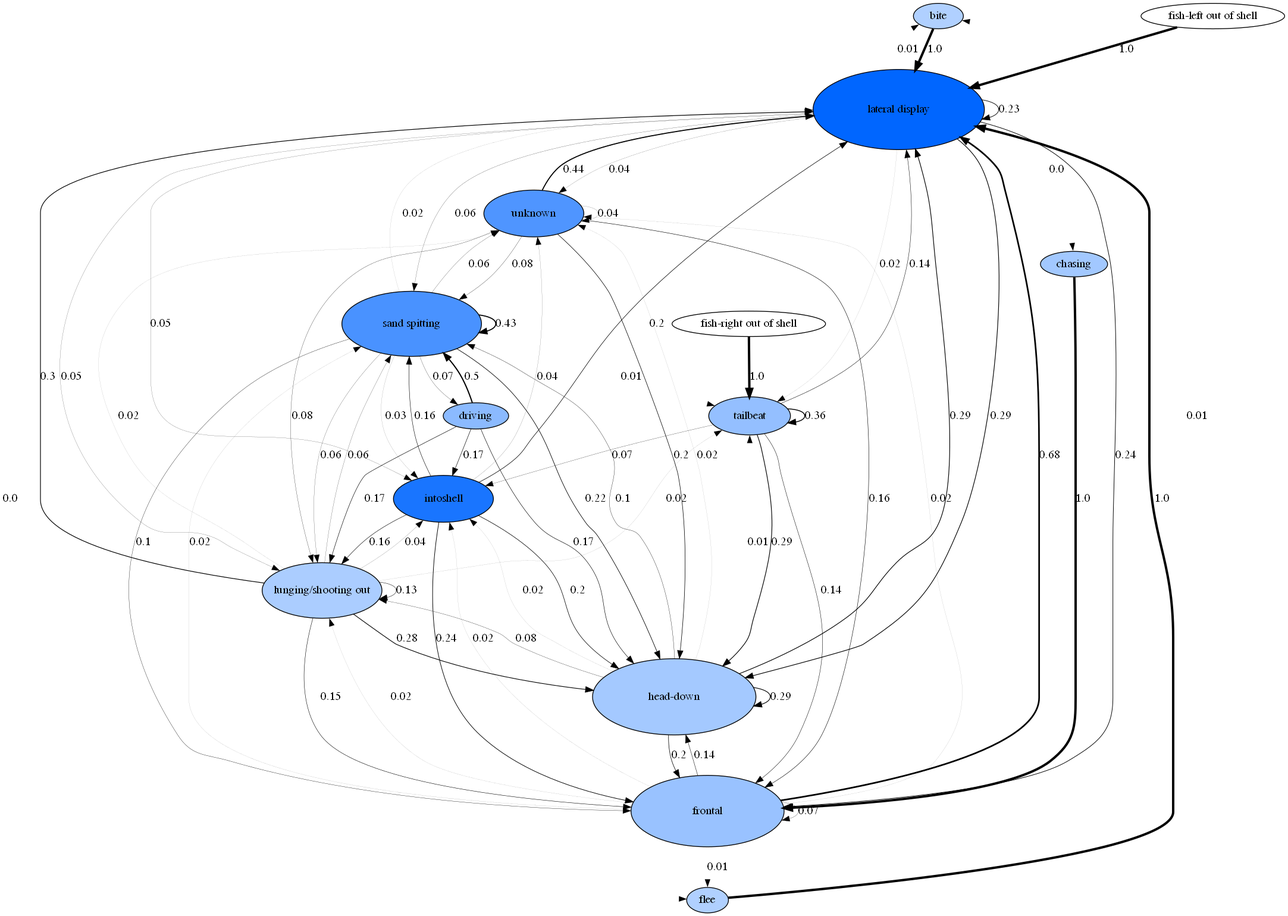
The Graphviz diagram images/transitions.gv.png in nicolkraus/AnalyzeBehavior, before a commit. Its source is kept beside it as images/transitions.gv.
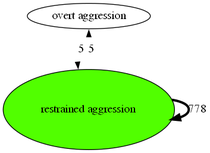
Later version of the same file.

What changed in the source:
```diff
@@ -1,87 +1,7 @@
 digraph  {
-bite [fillcolor="0.6 0.31041268515297876 1", height="0.4089769934037396", style=filled, width="0.8763792715794421"];
-"lateral display" [fillcolor="0.6 1.0 1", height="1.4", style=filled, width="3.0"];
-chasing [fillcolor="0.6 0.3641059420302496 1", height="0.0", style=filled, width="0.0"];
-frontal [fillcolor="0.6 0.40116021551138265 1", height="1.250224684719749", style=filled, width="2.6790528958280335"];
-driving [fillcolor="0.6 0.4542066574161226 1", height="0.455307032949974", style=filled, width="0.9756579277499443"];
-"head-down" [fillcolor="0.6 0.35734738450418824 1", height="1.3346640951735487", style=filled, width="2.8599944896576046"];
-intoshell [fillcolor="0.6 0.8998672923111098 1", height="0.8179539868074792", style=filled, width="1.7527585431588841"];
-"lunging/shooting out" [fillcolor="0.6 0.3305373086116528 1", height="0.9783675270371591", style=filled, width="2.0965018436510556"];
-"sand spitting" [fillcolor="0.6 0.7113984112181837 1", height="1.1377436399965202", style=filled, width="2.4380220857068293"];
-"fish-left out of shell" [fillcolor="0.6 0.0 1", height="0.0", style=filled, width="0.0"];
-"fish-right out of shell" [fillcolor="0.6 0.0 1", height="0.0", style=filled, width="0.0"];
-tailbeat [fillcolor="0.6 0.41947307861452143 1", height="0.6706153270950386", style=filled, width="1.4370328437750828"];
-flee [fillcolor="0.6 0.31088473482597584 1", height="0.17613680385032734", style=filled, width="0.37743600825070145"];
-unknown [fillcolor="0.6 0.6910878834941654 1", height="0.8179539868074792", style=filled, width="1.7527585431588841"];
-bite -> "lateral display"  [label="1.0", penwidth="3.0"];
-"lateral display" -> bite  [label="0.01", penwidth="0.03"];
-"lateral display" -> chasing  [label="0.0", penwidth="0.0"];
-"lateral display" -> flee  [label="0.0", penwidth="0.0"];
-"lateral display" -> frontal  [label="0.24", penwidth="0.72"];
-"lateral display" -> "head-down"  [label="0.29", penwidth="0.8699999999999999"];
-"lateral display" -> intoshell  [label="0.05", penwidth="0.15000000000000002"];
-"lateral display" -> "lateral display"  [label="0.23", penwidth="0.6900000000000001"];
-"lateral display" -> "lunging/shooting out"  [label="0.05", penwidth="0.15000000000000002"];
-"lateral display" -> "sand spitting"  [label="0.06", penwidth="0.18"];
-"lateral display" -> tailbeat  [label="0.02", penwidth="0.06"];
-"lateral display" -> unknown  [label="0.04", penwidth="0.12"];
-chasing -> frontal  [label="1.0", penwidth="3.0"];
-frontal -> bite  [label="0.01", penwidth="0.03"];
-frontal -> flee  [label="0.01", penwidth="0.03"];
-frontal -> frontal  [label="0.07", penwidth="0.21000000000000002"];
-frontal -> "head-down"  [label="0.14", penwidth="0.42000000000000004"];
-frontal -> intoshell  [label="0.02", penwidth="0.06"];
-frontal -> "lateral display"  [label="0.68", penwidth="2.04"];
-frontal -> "lunging/shooting out"  [label="0.02", penwidth="0.06"];
-frontal -> "sand spitting"  [label="0.02", penwidth="0.06"];
-frontal -> unknown  [label="0.02", penwidth="0.06"];
-driving -> "head-down"  [label="0.17", penwidth="0.51"];
-driving -> intoshell  [label="0.17", penwidth="0.51"];
-driving -> "lunging/shooting out"  [label="0.17", penwidth="0.51"];
-driving -> "sand spitting"  [label="0.5", penwidth="1.5"];
-"head-down" -> frontal  [label="0.2", penwidth="0.6000000000000001"];
-"head-down" -> "head-down"  [label="0.29", penwidth="0.8699999999999999"];
-"head-down" -> intoshell  [label="0.02", penwidth="0.06"];
-"head-down" -> "lateral display"  [label="0.29", penwidth="0.8699999999999999"];
-"head-down" -> "lunging/shooting out"  [label="0.08", penwidth="0.24"];
-"head-down" -> "sand spitting"  [label="0.1", penwidth="0.30000000000000004"];
-"head-down" -> tailbeat  [label="0.01", penwidth="0.03"];
-"head-down" -> unknown  [label="0.02", penwidth="0.06"];
-intoshell -> frontal  [label="0.24", penwidth="0.72"];
-intoshell -> "head-down"  [label="0.2", penwidth="0.6000000000000001"];
-intoshell -> "lateral display"  [label="0.2", penwidth="0.6000000000000001"];
-intoshell -> "lunging/shooting out"  [label="0.16", penwidth="0.48"];
-intoshell -> "sand spitting"  [label="0.16", penwidth="0.48"];
-intoshell -> unknown  [label="0.04", penwidth="0.12"];
-"lunging/shooting out" -> frontal  [label="0.15", penwidth="0.44999999999999996"];
-"lunging/shooting out" -> "head-down"  [label="0.28", penwidth="0.8400000000000001"];
-"lunging/shooting out" -> intoshell  [label="0.04", penwidth="0.12"];
-"lunging/shooting out" -> "lateral display"  [label="0.3", penwidth="0.8999999999999999"];
-"lunging/shooting out" -> "lunging/shooting out"  [label="0.13", penwidth="0.39"];
-"lunging/shooting out" -> "sand spitting"  [label="0.06", penwidth="0.18"];
-"lunging/shooting out" -> tailbeat  [label="0.02", penwidth="0.06"];
-"lunging/shooting out" -> unknown  [label="0.02", penwidth="0.06"];
-"sand spitting" -> driving  [label="0.07", penwidth="0.21000000000000002"];
-"sand spitting" -> frontal  [label="0.1", penwidth="0.30000000000000004"];
-"sand spitting" -> "head-down"  [label="0.22", penwidth="0.66"];
-"sand spitting" -> intoshell  [label="0.03", penwidth="0.09"];
-"sand spitting" -> "lateral display"  [label="0.02", penwidth="0.06"];
-"sand spitting" -> "lunging/shooting out"  [label="0.06", penwidth="0.18"];
-"sand spitting" -> "sand spitting"  [label="0.43", penwidth="1.29"];
-"sand spitting" -> tailbeat  [label="0.01", penwidth="0.03"];
-"sand spitting" -> unknown  [label="0.06", penwidth="0.18"];
-"fish-left out of shell" -> "lateral display"  [label="1.0", penwidth="3.0"];
-"fish-right out of shell" -> tailbeat  [label="1.0", penwidth="3.0"];
-tailbeat -> frontal  [label="0.14", penwidth="0.42000000000000004"];
-tailbeat -> "head-down"  [label="0.29", penwidth="0.8699999999999999"];
-tailbeat -> intoshell  [label="0.07", penwidth="0.21000000000000002"];
-tailbeat -> "lateral display"  [label="0.14", penwidth="0.42000000000000004"];
-tailbeat -> tailbeat  [label="0.36", penwidth="1.08"];
-flee -> "lateral display"  [label="1.0", penwidth="3.0"];
-unknown -> frontal  [label="0.16", penwidth="0.48"];
-unknown -> "head-down"  [label="0.2", penwidth="0.6000000000000001"];
-unknown -> "lateral display"  [label="0.44", penwidth="1.32"];
-unknown -> "lunging/shooting out"  [label="0.08", penwidth="0.24"];
-unknown -> "sand spitting"  [label="0.08", penwidth="0.24"];
-unknown -> unknown  [label="0.04", penwidth="0.12"];
+"overt aggression" [fillcolor="0.28 0.0 1", height="0.0", style=filled, width="0.0"];
+"restrained aggression" [fillcolor="0.28 1.0 1", height="1.4", style=filled, width="3.0"];
+"overt aggression" -> "restrained aggression"  [label=5, penwidth="0.019280205655526992"];
+"restrained aggression" -> "restrained aggression"  [label=778, penwidth="3.0"];
+"restrained aggression" -> "overt aggression"  [label=5, penwidth="0.019280205655526992"];
 }
```
